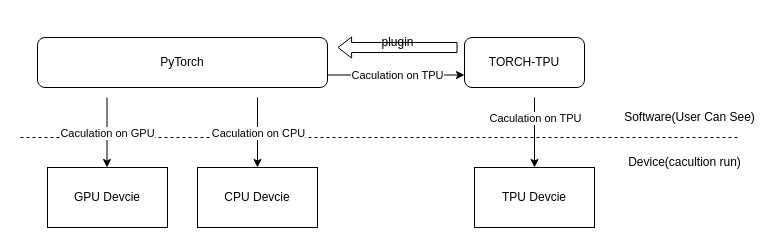
Before: docs/developer_manual/assets/framework.drawio in sophgo/torch-tpu, a draw.io diagram. Source tidied: cells renumbered, new cells numbered last; positions are measured from the earlier drawing's top-left corner, leaving out a move shared by most shapes. Both pictures are drawn from the tidied source at 100%, with x=0, y=0 at pixel (17, 27).
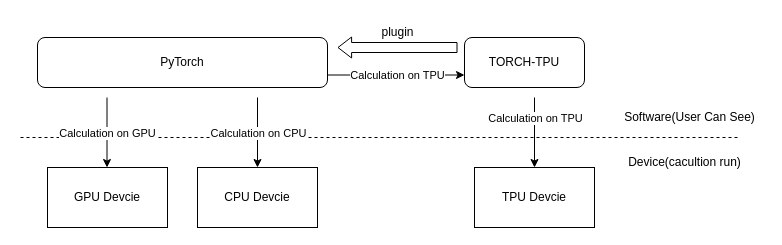
Above is the later version.

Unchanged cells that the change refers to:
```xml
<mxCell id="6" style="endArrow=classic;html=1;exitX=1;exitY=0.75;exitDx=0;exitDy=0;entryX=0;entryY=0.75;entryDx=0;entryDy=0;" parent="1" edge="1" source="2" target="3">
  <mxGeometry relative="1" as="geometry" />
</mxCell>
<mxCell id="9" style="endArrow=classic;html=1;" parent="1" edge="1">
  <mxGeometry relative="1" as="geometry">
    <mxPoint x="240" y="70" as="sourcePoint" />
    <mxPoint x="240" y="140" as="targetPoint" />
  </mxGeometry>
</mxCell>
<mxCell id="11" style="endArrow=classic;html=1;entryX=0.5;entryY=0;entryDx=0;entryDy=0;" parent="1" edge="1" target="15">
  <mxGeometry relative="1" as="geometry">
    <mxPoint x="517" y="70" as="sourcePoint" />
  </mxGeometry>
</mxCell>
<mxCell id="18" style="endArrow=classic;html=1;" parent="1" edge="1">
  <mxGeometry relative="1" as="geometry">
    <mxPoint x="89.5" y="70" as="sourcePoint" />
    <mxPoint x="89.5" y="140" as="targetPoint" />
  </mxGeometry>
</mxCell>
```

Change to the diagram source:
```diff
@@
-<mxGraphModel>
+<mxGraphModel background="#ffffff">
@@
     <mxCell id="5" value="plugin" style="text;html=1;align=center;verticalAlign=middle;strokeColor=none;fillColor=none;" parent="1" vertex="1">
-      <mxGeometry x="350" width="60" height="30" as="geometry" />
+      <mxGeometry x="350" y="-10" width="60" height="30" as="geometry" />
     </mxCell>
@@
-    <mxCell id="7" value="Caculation on TPU" style="edgeLabel;html=1;align=center;verticalAlign=middle;" parent="6" vertex="1">
+    <mxCell id="7" value="Calculation on TPU" style="edgeLabel;html=1;align=center;verticalAlign=middle;" parent="6" vertex="1">
       <mxGeometry relative="1" as="geometry" />
     </mxCell>
@@
-    <mxCell id="10" value="Caculation on CPU" style="edgeLabel;html=1;align=center;verticalAlign=middle;" parent="9" vertex="1">
+    <mxCell id="10" value="Calculation on CPU" style="edgeLabel;html=1;align=center;verticalAlign=middle;" parent="9" vertex="1">
       <mxGeometry relative="1" as="geometry" />
     </mxCell>
@@
-    <mxCell id="12" value="Caculation on TPU" style="edgeLabel;html=1;align=center;verticalAlign=middle;" parent="11" vertex="1">
+    <mxCell id="12" value="Calculation on TPU" style="edgeLabel;html=1;align=center;verticalAlign=middle;" parent="11" vertex="1">
       <mxGeometry relative="1" as="geometry">
         <mxPoint y="-15" as="offset" />
       </mxGeometry>
     </mxCell>
@@
-    <mxCell id="19" value="Caculation on GPU" style="edgeLabel;html=1;align=center;verticalAlign=middle;" parent="18" vertex="1">
+    <mxCell id="19" value="Calculation on GPU" style="edgeLabel;html=1;align=center;verticalAlign=middle;" parent="18" vertex="1">
       <mxGeometry relative="1" as="geometry" />
     </mxCell>
```
